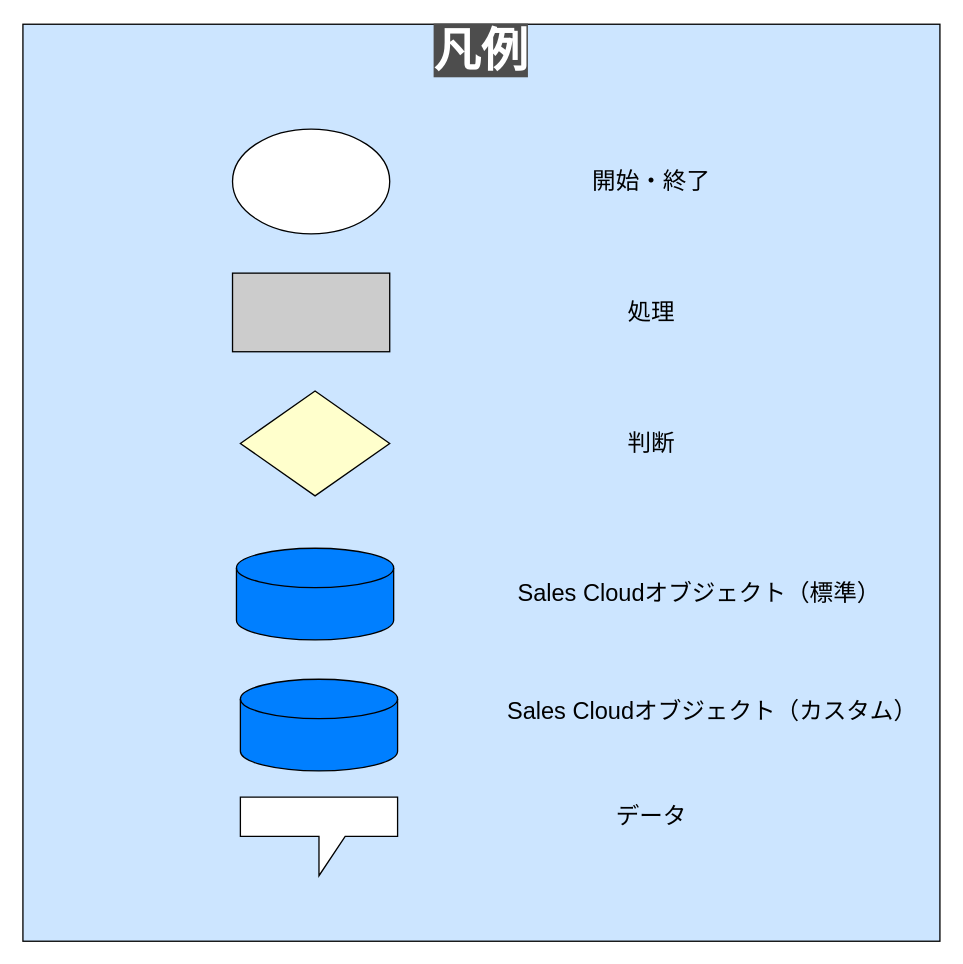
TaikiHorita/TaikiRepository keeps this draw.io diagram as page "凡例" (1 of 6) of 20230622To-Be業務フロー図.drawio. Above is the earlier version. Source tidied: cells renumbered, new cells numbered last; positions are measured from the earlier drawing's top-left corner, leaving out a move shared by most shapes. Both pictures are drawn from the tidied source at 131%, with x=0, y=0 at pixel (22, 24).
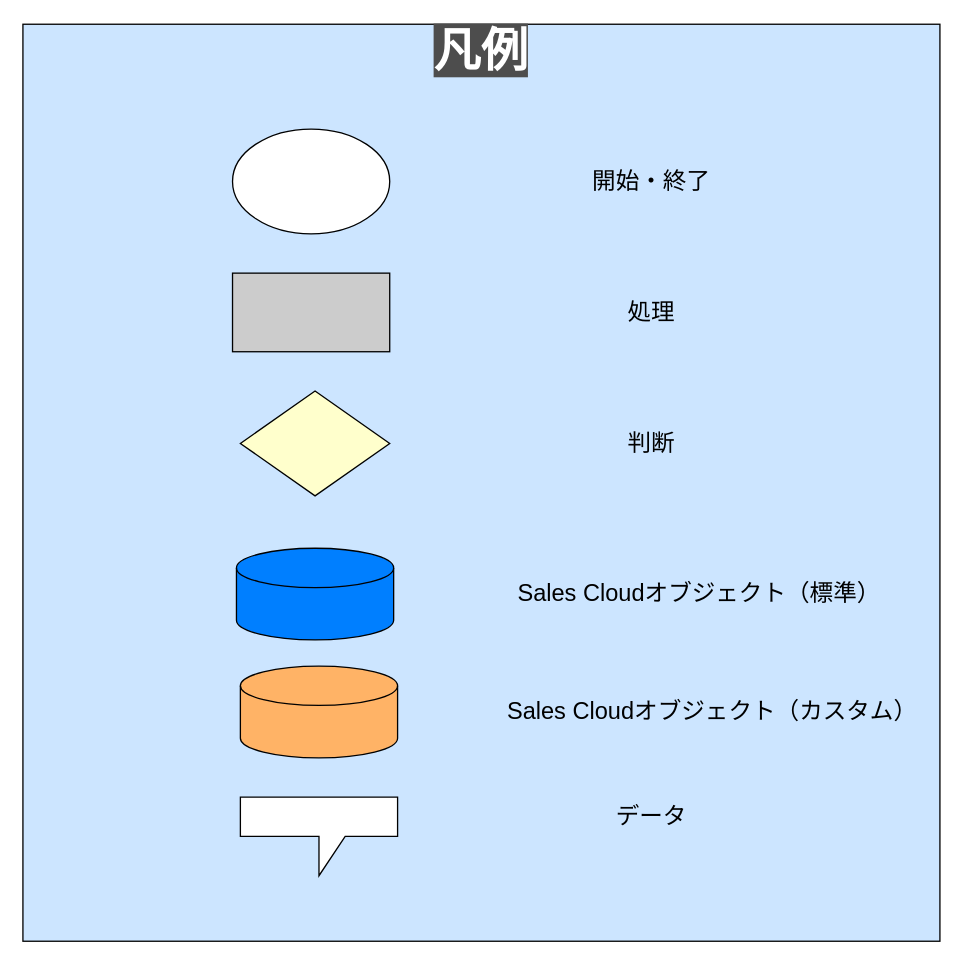
The same page after the edit.

What changed in the source:
```diff
@@
 <mxGraphModel>
   <root>
     <mxCell id="0" />
     <mxCell id="1" parent="0" />
     <mxCell id="2" value="&lt;p style=&quot;line-height: 120%;&quot;&gt;&lt;br&gt;&lt;/p&gt;" style="whiteSpace=wrap;html=1;fillColor=#CCE5FF;" parent="1" vertex="1">
       <mxGeometry width="700" height="700" as="geometry" />
     </mxCell>
     <mxCell id="3" value="&lt;font color=&quot;#ffffff&quot; style=&quot;font-size: 36px; background-color: rgb(77, 77, 77);&quot;&gt;凡例&lt;/font&gt;" style="text;strokeColor=none;align=center;fillColor=none;html=1;verticalAlign=middle;whiteSpace=wrap;rounded=0;fontStyle=1;horizontal=1;" parent="1" vertex="1">
       <mxGeometry x="280" y="10" width="140" height="20" as="geometry" />
     </mxCell>
     <mxCell id="4" style="ellipse;whiteSpace=wrap;html=1;" parent="1" vertex="1">
       <mxGeometry x="160" y="80" width="120" height="80" as="geometry" />
     </mxCell>
     <mxCell id="5" value="&lt;font style=&quot;font-size: 18px;&quot;&gt;開始・終了&lt;/font&gt;" style="text;strokeColor=none;align=center;fillColor=none;html=1;verticalAlign=middle;whiteSpace=wrap;rounded=0;" parent="1" vertex="1">
       <mxGeometry x="420" y="105" width="120" height="30" as="geometry" />
     </mxCell>
     <mxCell id="6" style="rounded=0;whiteSpace=wrap;html=1;fillColor=#CCCCCC;" parent="1" vertex="1">
       <mxGeometry x="160" y="190" width="120" height="60" as="geometry" />
     </mxCell>
     <mxCell id="7" value="&lt;font style=&quot;font-size: 18px;&quot;&gt;処理&lt;/font&gt;" style="text;strokeColor=none;align=center;fillColor=none;html=1;verticalAlign=middle;whiteSpace=wrap;rounded=0;" parent="1" vertex="1">
       <mxGeometry x="420" y="205" width="120" height="30" as="geometry" />
     </mxCell>
     <mxCell id="8" style="rhombus;whiteSpace=wrap;html=1;fillColor=#FFFFCC;" parent="1" vertex="1">
       <mxGeometry x="166" y="280" width="114" height="80" as="geometry" />
     </mxCell>
     <mxCell id="9" value="&lt;span style=&quot;font-size: 18px;&quot;&gt;判断&lt;/span&gt;" style="text;strokeColor=none;align=center;fillColor=none;html=1;verticalAlign=middle;whiteSpace=wrap;rounded=0;" parent="1" vertex="1">
       <mxGeometry x="420" y="305" width="120" height="30" as="geometry" />
     </mxCell>
     <mxCell id="10" style="shape=cylinder3;whiteSpace=wrap;html=1;boundedLbl=1;backgroundOutline=1;size=15;fillColor=#007FFF;" parent="1" vertex="1">
       <mxGeometry x="163" y="400" width="120" height="70" as="geometry" />
     </mxCell>
     <mxCell id="11" value="&lt;span style=&quot;font-size: 18px;&quot;&gt;Sales Cloudオブジェクト（標準）&lt;br&gt;&lt;/span&gt;" style="text;strokeColor=none;align=center;fillColor=none;html=1;verticalAlign=middle;whiteSpace=wrap;rounded=0;" parent="1" vertex="1">
       <mxGeometry x="367" y="420" width="299" height="30" as="geometry" />
     </mxCell>
     <mxCell id="12" style="shape=callout;whiteSpace=wrap;html=1;perimeter=calloutPerimeter;base=20;" parent="1" vertex="1">
       <mxGeometry x="166" y="590" width="120" height="60" as="geometry" />
     </mxCell>
     <mxCell id="13" value="&lt;span style=&quot;font-size: 18px;&quot;&gt;データ&lt;/span&gt;" style="text;strokeColor=none;align=center;fillColor=none;html=1;verticalAlign=middle;whiteSpace=wrap;rounded=0;" parent="1" vertex="1">
       <mxGeometry x="367" y="590" width="226" height="30" as="geometry" />
     </mxCell>
-    <mxCell id="14" style="shape=cylinder3;whiteSpace=wrap;html=1;boundedLbl=1;backgroundOutline=1;size=15;fillColor=#007FFF;" parent="1" vertex="1">
-      <mxGeometry x="166" y="500" width="120" height="70" as="geometry" />
+    <mxCell id="14" style="shape=cylinder3;whiteSpace=wrap;html=1;boundedLbl=1;backgroundOutline=1;size=15;fillColor=#FFB366;" parent="1" vertex="1">
+      <mxGeometry x="166" y="490" width="120" height="70" as="geometry" />
     </mxCell>
     <mxCell id="15" value="&lt;span style=&quot;font-size: 18px;&quot;&gt;Sales Cloudオブジェクト（カスタム）&lt;br&gt;&lt;/span&gt;" style="text;strokeColor=none;align=center;fillColor=none;html=1;verticalAlign=middle;whiteSpace=wrap;rounded=0;" parent="1" vertex="1">
       <mxGeometry x="367" y="510" width="319" height="30" as="geometry" />
     </mxCell>
   </root>
 </mxGraphModel>
```
